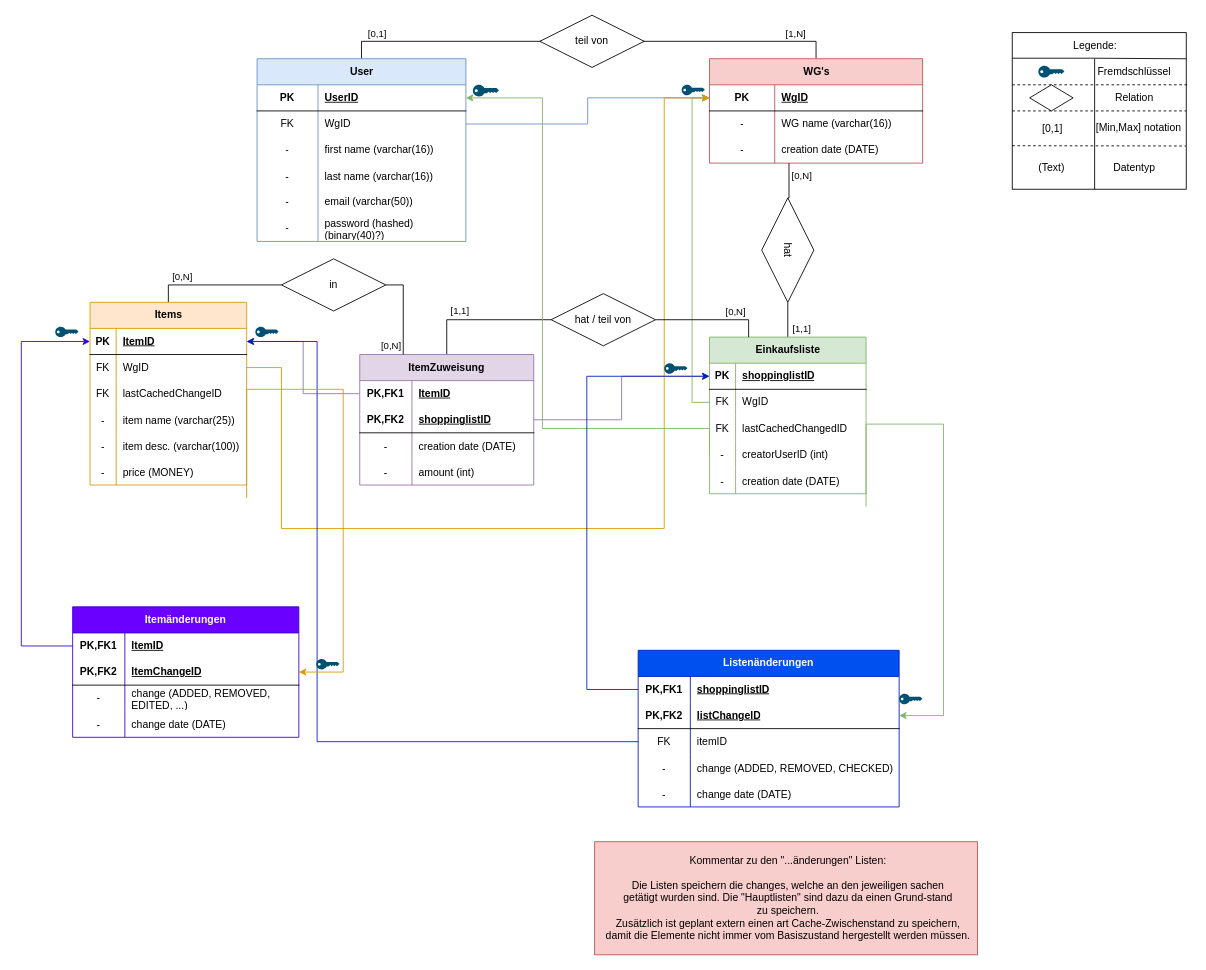
MasterOfDevilLP/ShareShop keeps this draw.io diagram as docs/models/database/ShareShop.drawio. Above is the earlier version. Source tidied: cells renumbered, new cells numbered last; positions are measured from the earlier drawing's top-left corner, leaving out a move shared by most shapes. Both pictures are drawn from the tidied source at 87%, with x=0, y=0 at pixel (21, 15).
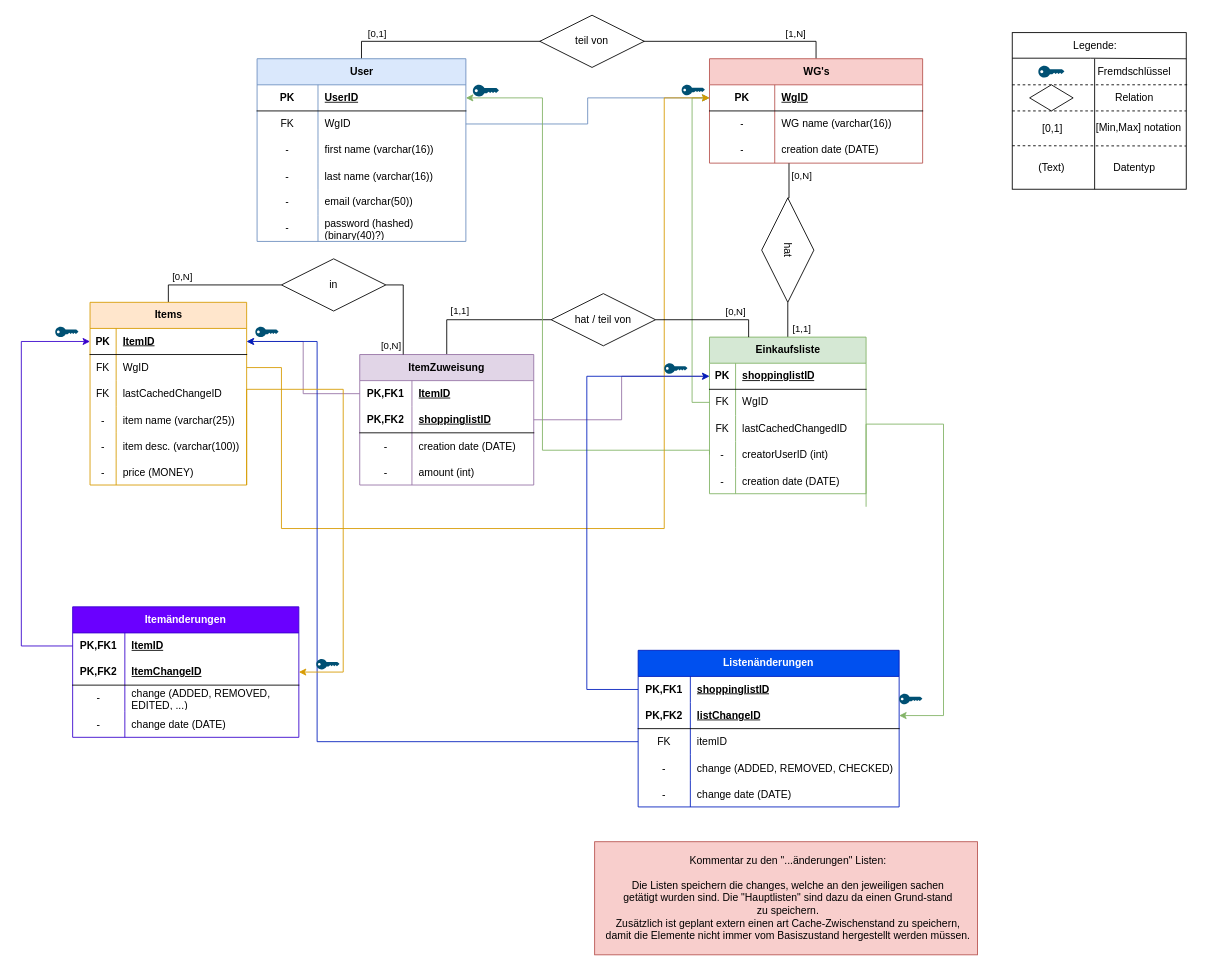
The same diagram, later.

Unchanged cells that the change refers to:
```xml
<mxCell id="7" style="shape=tableRow;horizontal=0;startSize=0;swimlaneHead=0;swimlaneBody=0;fillColor=none;points=[[0,0.5],[1,0.5]];portConstraint=eastwest;top=0;left=0;right=0;bottom=1;" parent="6" vertex="1">
  <mxGeometry y="30" width="240" height="30" as="geometry" />
</mxCell>
<mxCell id="47" style="shape=tableRow;horizontal=0;startSize=0;swimlaneHead=0;swimlaneBody=0;fillColor=none;points=[[0,0.5],[1,0.5]];portConstraint=eastwest;top=0;left=0;right=0;bottom=0;" parent="37" vertex="1">
  <mxGeometry y="120" width="180" height="30" as="geometry" />
</mxCell>
<mxCell id="145" style="shape=tableRow;horizontal=0;startSize=0;swimlaneHead=0;swimlaneBody=0;fillColor=none;points=[[0,0.5],[1,0.5]];portConstraint=eastwest;top=0;left=0;right=0;bottom=1;html=1;" parent="141" vertex="1">
  <mxGeometry y="60" width="260" height="30" as="geometry" />
</mxCell>
```

The edit, as a diff of the source:
```diff
@@
     <mxCell id="101" style="edgeStyle=orthogonalEdgeStyle;rounded=0;jettySize=auto;html=1;exitX=0;exitY=0.5;exitDx=0;exitDy=0;entryX=1;entryY=0.5;entryDx=0;entryDy=0;fillColor=#d5e8d4;strokeColor=#82b366;" parent="1" edge="1" source="47" target="7">
       <mxGeometry relative="1" as="geometry">
         <Array as="points">
-          <mxPoint x="599" y="475" />
+          <mxPoint x="791" y="500" />
+          <mxPoint x="599" y="500" />
           <mxPoint x="599" y="95" />
         </Array>
       </mxGeometry>
     </mxCell>
@@
-    <mxCell id="160" style="edgeStyle=orthogonalEdgeStyle;rounded=0;jettySize=auto;html=1;exitX=1;exitY=0.5;exitDx=0;exitDy=0;entryX=1;entryY=0.5;entryDx=0;entryDy=0;fillColor=#ffe6cc;strokeColor=#d79b00;" parent="1" edge="1" target="145">
+    <mxCell id="160" style="edgeStyle=orthogonalEdgeStyle;rounded=0;jettySize=auto;html=1;entryX=1;entryY=0.5;entryDx=0;entryDy=0;fillColor=#ffe6cc;strokeColor=#d79b00;" parent="1" edge="1" target="145">
       <mxGeometry relative="1" as="geometry">
-        <mxPoint x="259" y="555" as="sourcePoint" />
+        <mxPoint x="259" y="540" as="sourcePoint" />
         <Array as="points">
           <mxPoint x="259" y="430" />
           <mxPoint x="370" y="430" />
           <mxPoint x="370" y="755" />
         </Array>
       </mxGeometry>
     </mxCell>
```
